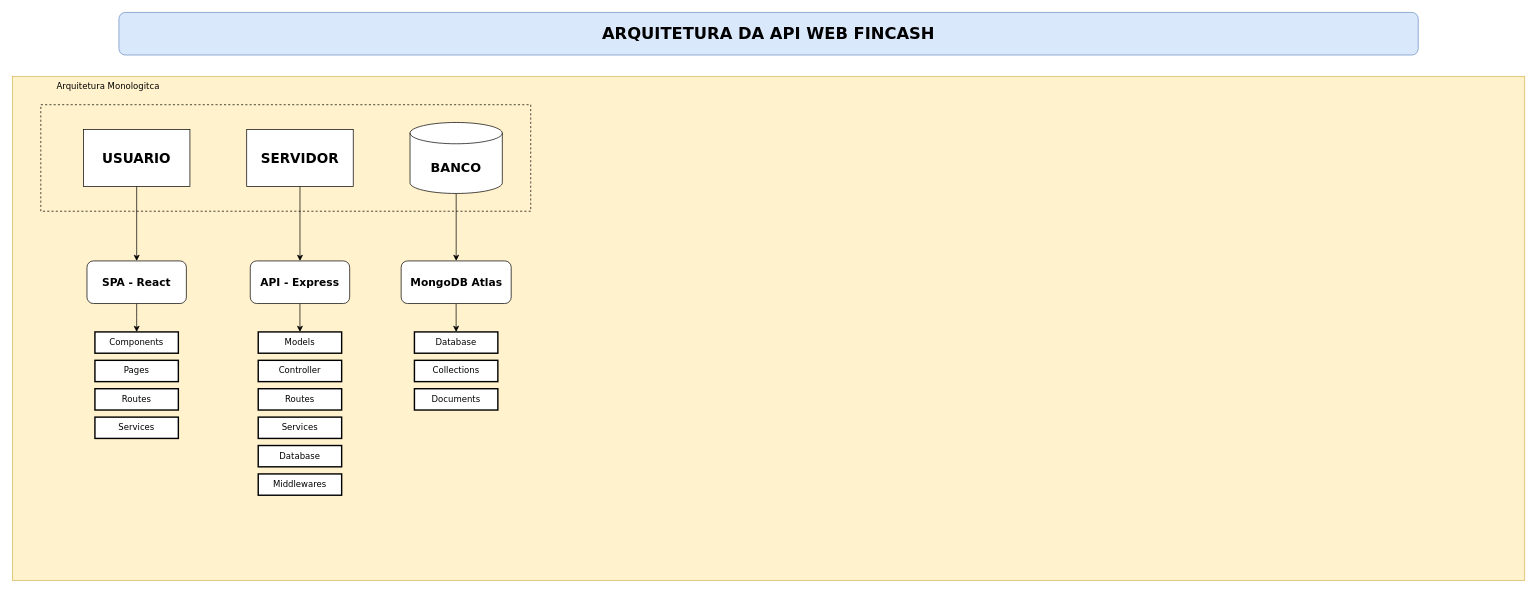
Earlier version of the draw.io diagram src/TCC FINCASH.drawio (FINCASH-ORGANIZATION/TCC-FINCASH-BACK-END). Source tidied: cells renumbered, new cells numbered last; positions are measured from the earlier drawing's top-left corner, leaving out a move shared by most shapes. Both pictures are drawn from the tidied source at 71%, with x=0, y=0 at pixel (12, 12).
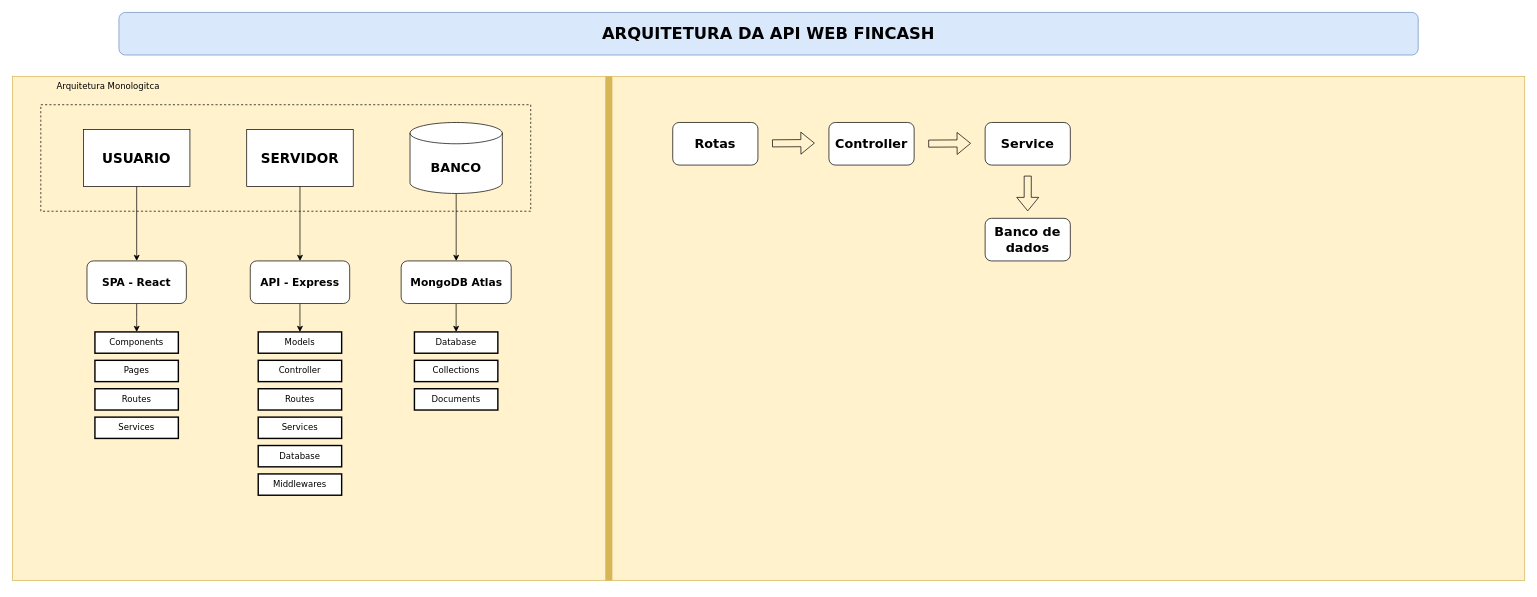
The same diagram, later.

What changed in the source:
```diff
@@
+    <mxCell id="32" style="endArrow=none;html=1;rounded=0;fontFamily=Verdana;fontSize=12;fontColor=default;strokeWidth=10;fillColor=#fff2cc;strokeColor=#d6b656;" parent="1" edge="1">
+      <mxGeometry relative="1" as="geometry">
+        <mxPoint x="840" y="800" as="sourcePoint" />
+        <mxPoint x="840" y="90" as="targetPoint" />
+      </mxGeometry>
+    </mxCell>
+    <mxCell id="33" value="Rotas" style="rounded=1;whiteSpace=wrap;html=1;shadow=0;glass=0;strokeColor=default;align=center;verticalAlign=middle;fontFamily=Verdana;fontSize=18;fontColor=default;fillColor=default;gradientColor=none;fontStyle=1;" parent="1" vertex="1">
+      <mxGeometry x="930" y="155" width="120" height="60" as="geometry" />
+    </mxCell>
+    <mxCell id="34" style="shape=flexArrow;endArrow=classic;html=1;rounded=0;fontFamily=Verdana;fontSize=12;fontColor=default;" parent="1" edge="1">
+      <mxGeometry relative="1" as="geometry">
+        <mxPoint x="1070" y="184.4" as="sourcePoint" />
+        <mxPoint x="1130" y="184" as="targetPoint" />
+      </mxGeometry>
+    </mxCell>
+    <mxCell id="35" value="Controller" style="rounded=1;whiteSpace=wrap;html=1;shadow=0;glass=0;strokeColor=default;align=center;verticalAlign=middle;fontFamily=Verdana;fontSize=18;fontColor=default;fillColor=default;gradientColor=none;fontStyle=1;" parent="1" vertex="1">
+      <mxGeometry x="1150" y="155" width="120" height="60" as="geometry" />
+    </mxCell>
+    <mxCell id="36" value="Service" style="rounded=1;whiteSpace=wrap;html=1;shadow=0;glass=0;strokeColor=default;align=center;verticalAlign=middle;fontFamily=Verdana;fontSize=18;fontColor=default;fillColor=default;gradientColor=none;fontStyle=1;" parent="1" vertex="1">
+      <mxGeometry x="1370" y="155" width="120" height="60" as="geometry" />
+    </mxCell>
+    <mxCell id="37" value="Banco de dados" style="rounded=1;whiteSpace=wrap;html=1;shadow=0;glass=0;strokeColor=default;align=center;verticalAlign=middle;fontFamily=Verdana;fontSize=18;fontColor=default;fillColor=default;gradientColor=none;fontStyle=1;" parent="1" vertex="1">
+      <mxGeometry x="1370" y="290" width="120" height="60" as="geometry" />
+    </mxCell>
+    <mxCell id="38" style="shape=flexArrow;endArrow=classic;html=1;rounded=0;fontFamily=Verdana;fontSize=12;fontColor=default;" parent="1" edge="1">
+      <mxGeometry relative="1" as="geometry">
+        <mxPoint x="1290" y="184.8" as="sourcePoint" />
+        <mxPoint x="1350" y="184.4" as="targetPoint" />
+      </mxGeometry>
+    </mxCell>
+    <mxCell id="39" style="shape=flexArrow;endArrow=classic;html=1;rounded=0;fontFamily=Verdana;fontSize=12;fontColor=default;" parent="1" edge="1">
+      <mxGeometry relative="1" as="geometry">
+        <mxPoint x="1430" y="230" as="sourcePoint" />
+        <mxPoint x="1430" y="280" as="targetPoint" />
+      </mxGeometry>
+    </mxCell>
```
